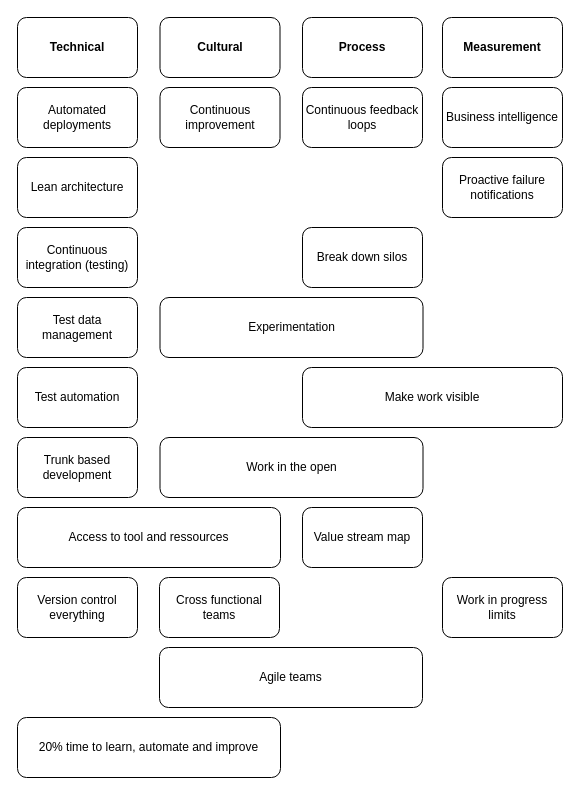
This is drawio/en/StrategySummary.drawio from sara-sabr/ITStrategy, a draw.io file, before an edit. Source tidied: cells renumbered, new cells numbered last; positions are measured from the earlier drawing's top-left corner, leaving out a move shared by most shapes. Both pictures are drawn from the tidied source at 100%, with x=0, y=0 at pixel (17, 17).
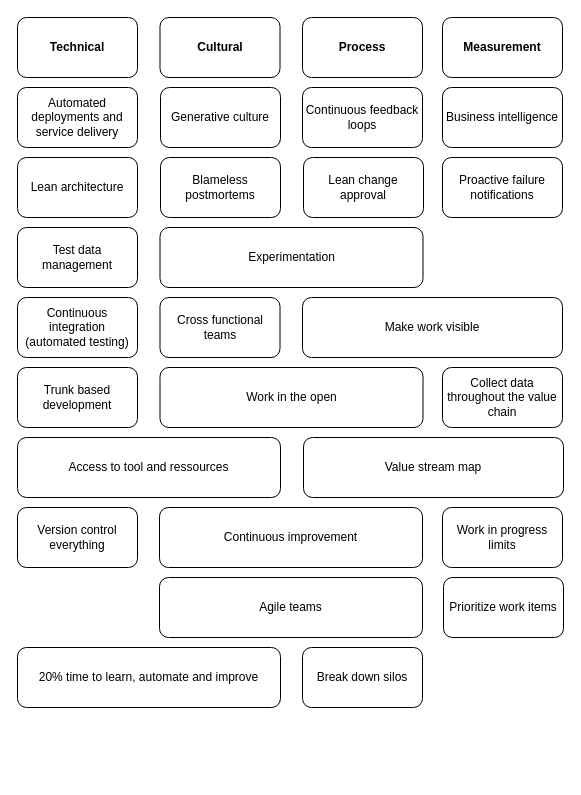
The same page after the edit.

Commit message (it also covers changes not shown here):
move boxes and fill in blanks

Change to the diagram source:
```diff
@@
     <mxCell id="6" value="20% time to learn, automate and improve" style="rounded=1;whiteSpace=wrap;html=1;" parent="1" vertex="1">
-      <mxGeometry y="700" width="263" height="60" as="geometry" />
+      <mxGeometry y="630" width="263" height="60" as="geometry" />
     </mxCell>
     <mxCell id="7" value="Access to tool and ressources" style="rounded=1;whiteSpace=wrap;html=1;" parent="1" vertex="1">
-      <mxGeometry y="490" width="263" height="60" as="geometry" />
+      <mxGeometry y="420" width="263" height="60" as="geometry" />
     </mxCell>
     <mxCell id="8" value="Work in the open" style="rounded=1;whiteSpace=wrap;html=1;" parent="1" vertex="1">
-      <mxGeometry x="142.5" y="420" width="263" height="60" as="geometry" />
+      <mxGeometry x="142.5" y="350" width="263" height="60" as="geometry" />
     </mxCell>
     <mxCell id="9" value="Agile teams" style="rounded=1;whiteSpace=wrap;html=1;" parent="1" vertex="1">
-      <mxGeometry x="142" y="630" width="263" height="60" as="geometry" />
+      <mxGeometry x="142" y="560" width="263" height="60" as="geometry" />
     </mxCell>
     <mxCell id="10" value="Experimentation" style="rounded=1;whiteSpace=wrap;html=1;" parent="1" vertex="1">
-      <mxGeometry x="142.5" y="280" width="263" height="60" as="geometry" />
+      <mxGeometry x="142.5" y="210" width="263" height="60" as="geometry" />
     </mxCell>
@@
     <mxCell id="13" value="Work in progress limits" style="rounded=1;whiteSpace=wrap;html=1;" parent="1" vertex="1">
-      <mxGeometry x="425" y="560" width="120" height="60" as="geometry" />
+      <mxGeometry x="425" y="490" width="120" height="60" as="geometry" />
     </mxCell>
     <mxCell id="14" value="Continuous improvement" style="rounded=1;whiteSpace=wrap;html=1;" parent="1" vertex="1">
-      <mxGeometry x="142.5" y="70" width="120" height="60" as="geometry" />
+      <mxGeometry x="142" y="490" width="263" height="60" as="geometry" />
     </mxCell>
-    <mxCell id="15" value="Automated deployments" style="rounded=1;whiteSpace=wrap;html=1;" parent="1" vertex="1">
+    <mxCell id="15" value="Automated deployments and service delivery" style="rounded=1;whiteSpace=wrap;html=1;" parent="1" vertex="1">
       <mxGeometry y="70" width="120" height="60" as="geometry" />
     </mxCell>
-    <mxCell id="16" value="Continuous integration (testing)" style="rounded=1;whiteSpace=wrap;html=1;" parent="1" vertex="1">
-      <mxGeometry y="210" width="120" height="60" as="geometry" />
+    <mxCell id="16" value="Continuous integration (automated testing)" style="rounded=1;whiteSpace=wrap;html=1;" parent="1" vertex="1">
+      <mxGeometry y="280" width="120" height="60" as="geometry" />
     </mxCell>
     <mxCell id="17" value="Test data management" style="rounded=1;whiteSpace=wrap;html=1;" parent="1" vertex="1">
-      <mxGeometry y="280" width="120" height="60" as="geometry" />
+      <mxGeometry y="210" width="120" height="60" as="geometry" />
     </mxCell>
-    <mxCell id="18" value="Test automation" style="rounded=1;whiteSpace=wrap;html=1;" parent="1" vertex="1">
-      <mxGeometry y="350" width="120" height="60" as="geometry" />
-    </mxCell>
     <mxCell id="19" value="Trunk based development" style="rounded=1;whiteSpace=wrap;html=1;" parent="1" vertex="1">
-      <mxGeometry y="420" width="120" height="60" as="geometry" />
+      <mxGeometry y="350" width="120" height="60" as="geometry" />
     </mxCell>
     <mxCell id="20" value="Version control everything" style="rounded=1;whiteSpace=wrap;html=1;" parent="1" vertex="1">
-      <mxGeometry y="560" width="120" height="60" as="geometry" />
+      <mxGeometry y="490" width="120" height="60" as="geometry" />
     </mxCell>
     <mxCell id="21" value="Cross functional teams" style="rounded=1;whiteSpace=wrap;html=1;" parent="1" vertex="1">
-      <mxGeometry x="142" y="560" width="120" height="60" as="geometry" />
+      <mxGeometry x="142.5" y="280" width="120" height="60" as="geometry" />
     </mxCell>
     <mxCell id="22" value="Break down silos" style="rounded=1;whiteSpace=wrap;html=1;" parent="1" vertex="1">
-      <mxGeometry x="285" y="210" width="120" height="60" as="geometry" />
+      <mxGeometry x="285" y="630" width="120" height="60" as="geometry" />
     </mxCell>
@@
     <mxCell id="24" value="Value stream map" style="rounded=1;whiteSpace=wrap;html=1;" parent="1" vertex="1">
-      <mxGeometry x="285" y="490" width="120" height="60" as="geometry" />
+      <mxGeometry x="286" y="420" width="260" height="60" as="geometry" />
     </mxCell>
     <mxCell id="25" value="Make work visible" style="rounded=1;whiteSpace=wrap;html=1;" parent="1" vertex="1">
-      <mxGeometry x="285" y="350" width="260" height="60" as="geometry" />
+      <mxGeometry x="285" y="280" width="260" height="60" as="geometry" />
     </mxCell>
@@
+    <mxCell id="27" value="Generative culture" style="rounded=1;whiteSpace=wrap;html=1;" parent="1" vertex="1">
+      <mxGeometry x="143" y="70" width="120" height="60" as="geometry" />
+    </mxCell>
+    <mxCell id="28" value="Lean change approval" style="rounded=1;whiteSpace=wrap;html=1;" parent="1" vertex="1">
+      <mxGeometry x="286" y="140" width="120" height="60" as="geometry" />
+    </mxCell>
+    <mxCell id="29" value="Blameless postmortems" style="rounded=1;whiteSpace=wrap;html=1;" parent="1" vertex="1">
+      <mxGeometry x="143" y="140" width="120" height="60" as="geometry" />
+    </mxCell>
+    <mxCell id="30" value="Collect data throughout the value chain" style="rounded=1;whiteSpace=wrap;html=1;" parent="1" vertex="1">
+      <mxGeometry x="425" y="350" width="120" height="60" as="geometry" />
+    </mxCell>
+    <mxCell id="31" value="Prioritize work items" style="rounded=1;whiteSpace=wrap;html=1;" parent="1" vertex="1">
+      <mxGeometry x="426" y="560" width="120" height="60" as="geometry" />
+    </mxCell>
```
